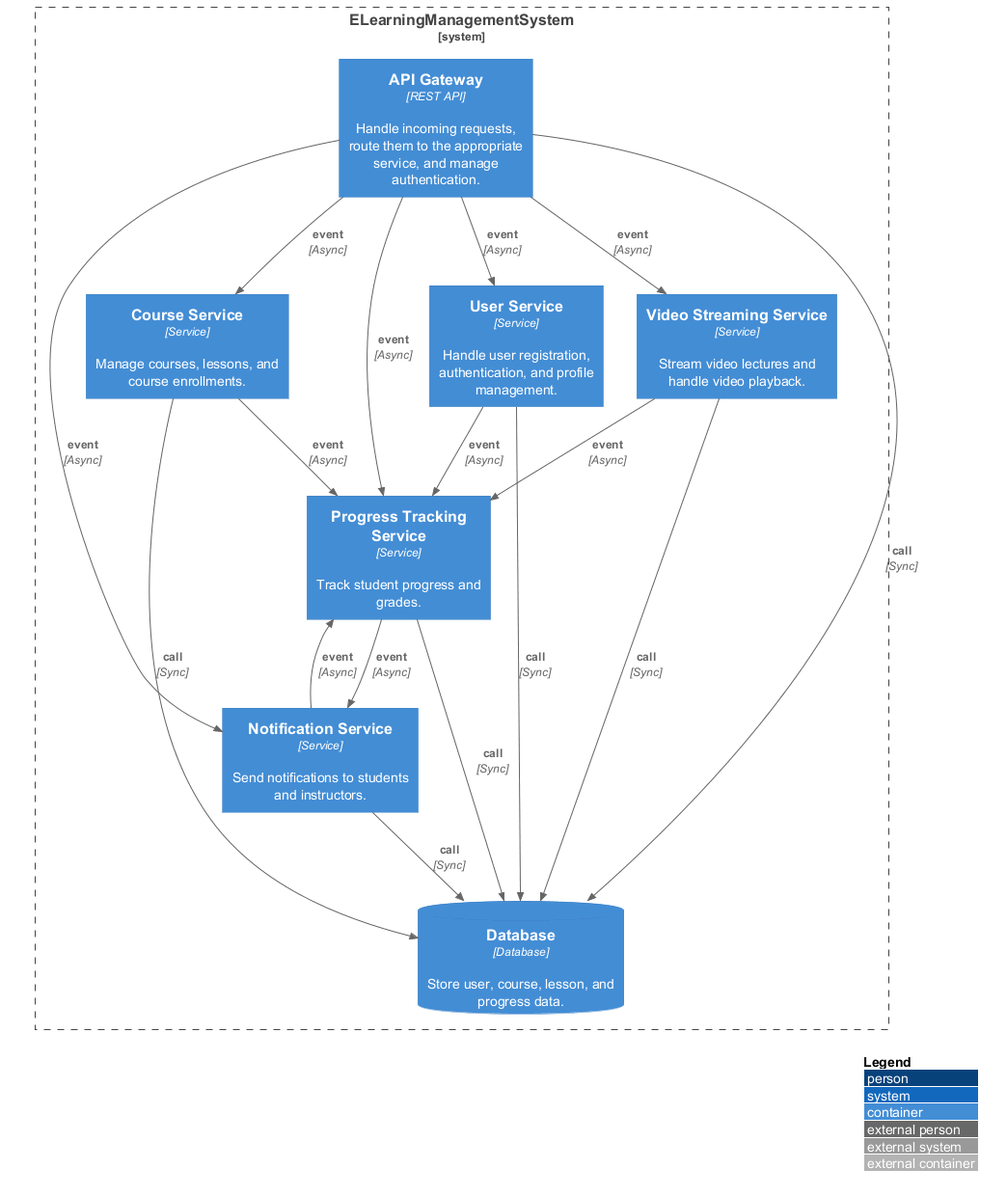
Above: output/architecture_c4.png in YoumnaHanyy/GPARCHIMIND (PlantUML), before the change.
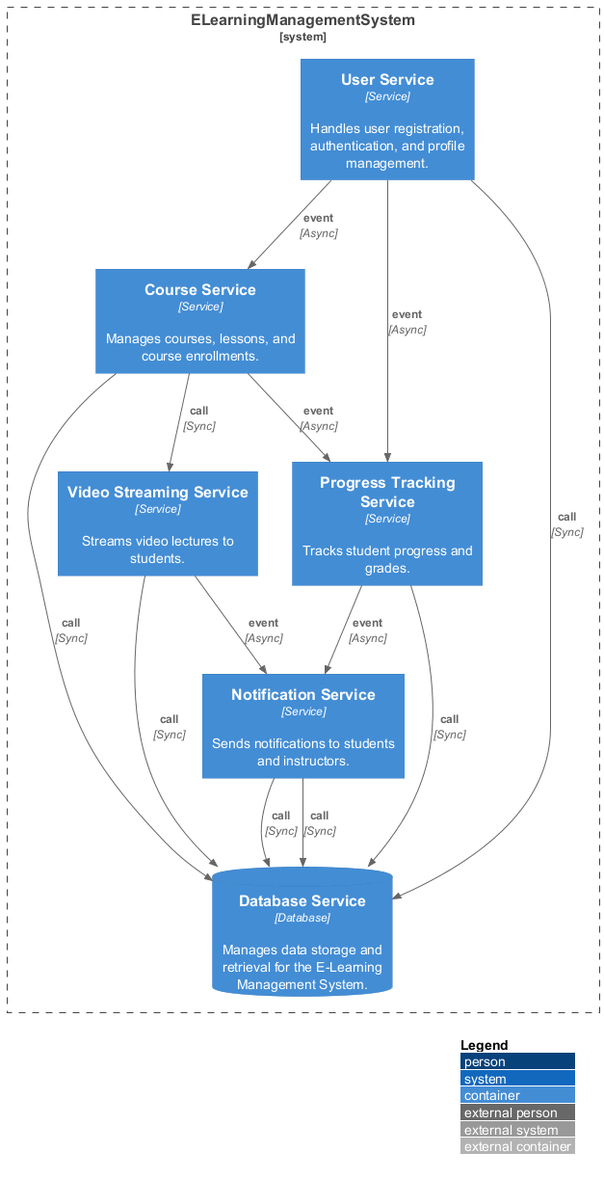
The same file after the commit.

What changed in the source:
```diff
@@ -2,28 +2,23 @@
 !include https://raw.githubusercontent.com/plantuml-stdlib/C4-PlantUML/master/C4_Container.puml
 LAYOUT_WITH_LEGEND()
 System_Boundary(system, "ELearningManagementSystem") {
-  Container(UserService, "User Service", "Service", "Handle user registration, authentication, and profile management.")
-  Container(CourseService, "Course Service", "Service", "Manage courses, lessons, and course enrollments.")
-  Container(VideoStreamingService, "Video Streaming Service", "Service", "Stream video lectures and handle video playback.")
-  Container(ProgressTrackingService, "Progress Tracking Service", "Service", "Track student progress and grades.")
-  Container(NotificationService, "Notification Service", "Service", "Send notifications to students and instructors.")
-  Container(APIGateway, "API Gateway", "REST API", "Handle incoming requests, route them to the appropriate service, and manage authentication.")
-  ContainerDb(Database, "Database", "Database", "Store user, course, lesson, and progress data.")
+  Container(UserService, "User Service", "Service", "Handles user registration, authentication, and profile management.")
+  Container(CourseService, "Course Service", "Service", "Manages courses, lessons, and course enrollments.")
+  Container(VideoStreamingService, "Video Streaming Service", "Service", "Streams video lectures to students.")
+  Container(ProgressTrackingService, "Progress Tracking Service", "Service", "Tracks student progress and grades.")
+  Container(NotificationService, "Notification Service", "Service", "Sends notifications to students and instructors.")
+  ContainerDb(DatabaseService, "Database Service", "Database", "Manages data storage and retrieval for the E-Learning Management System.")
 }
-Rel(APIGateway, UserService, "event", "Async")
-Rel(APIGateway, CourseService, "event", "Async")
-Rel(APIGateway, VideoStreamingService, "event", "Async")
-Rel(APIGateway, ProgressTrackingService, "event", "Async")
-Rel(APIGateway, NotificationService, "event", "Async")
-Rel(UserService, Database, "call", "Sync")
-Rel(CourseService, Database, "call", "Sync")
-Rel(VideoStreamingService, Database, "call", "Sync")
-Rel(ProgressTrackingService, Database, "call", "Sync")
-Rel(NotificationService, Database, "call", "Sync")
-Rel(APIGateway, Database, "call", "Sync")
+Rel(UserService, CourseService, "event", "Async")
 Rel(UserService, ProgressTrackingService, "event", "Async")
+Rel(CourseService, VideoStreamingService, "call", "Sync")
 Rel(CourseService, ProgressTrackingService, "event", "Async")
-Rel(VideoStreamingService, ProgressTrackingService, "event", "Async")
-Rel(NotificationService, ProgressTrackingService, "event", "Async")
+Rel(VideoStreamingService, NotificationService, "event", "Async")
 Rel(ProgressTrackingService, NotificationService, "event", "Async")
+Rel(NotificationService, DatabaseService, "call", "Sync")
+Rel(CourseService, DatabaseService, "call", "Sync")
+Rel(UserService, DatabaseService, "call", "Sync")
+Rel(ProgressTrackingService, DatabaseService, "call", "Sync")
+Rel(VideoStreamingService, DatabaseService, "call", "Sync")
+Rel(NotificationService, DatabaseService, "call", "Sync")
 @enduml
```
